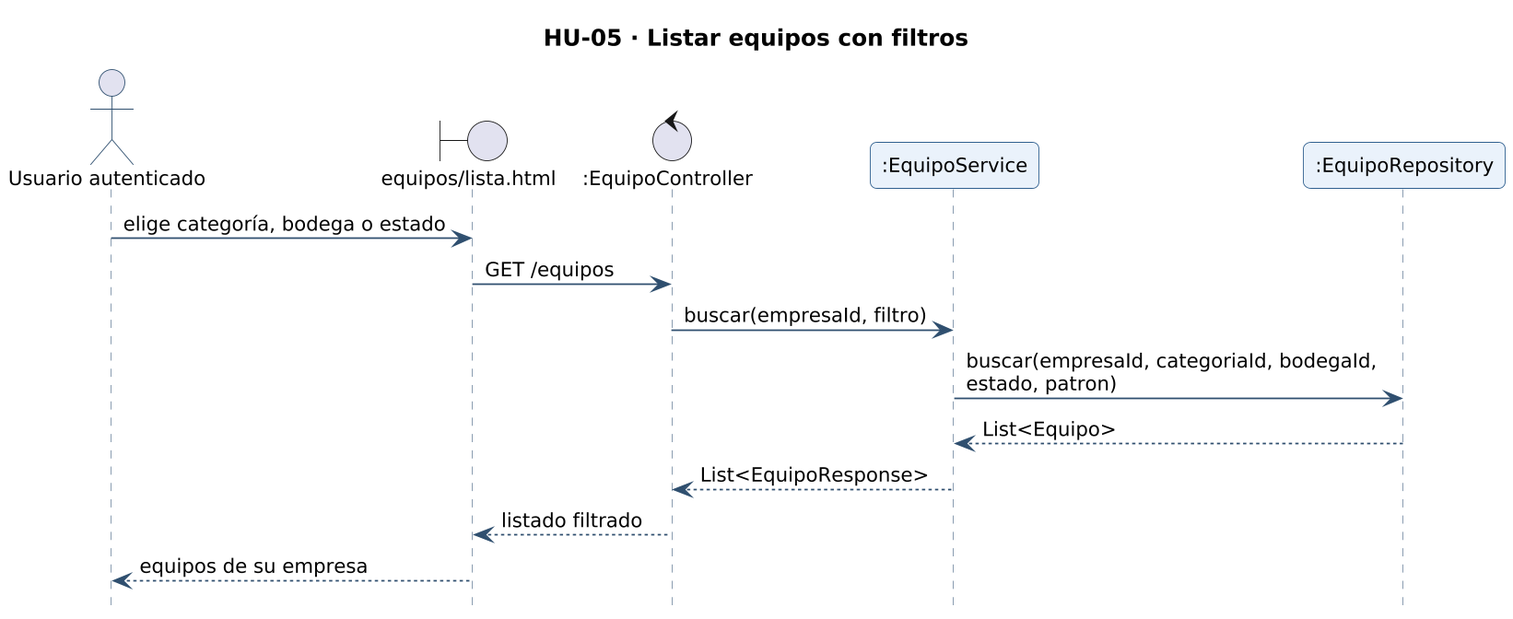
This is docs/diagramas/secuencia-hu-05.png from gonzaloarenasduoc/Mira, a PlantUML export, as it was before one commit.
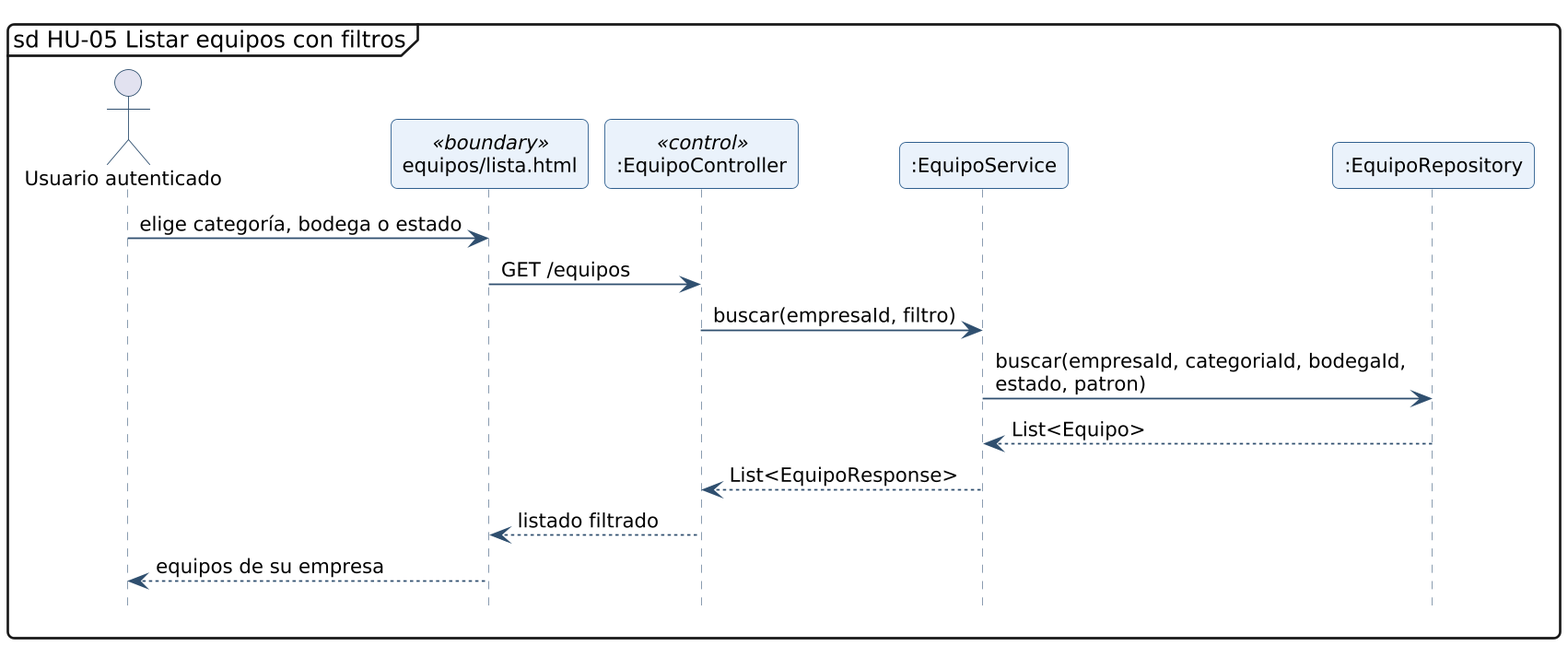
Later version of the same file.

What changed in the source:
```diff
@@ -3,10 +3,10 @@
 hide footbox
 skinparam maxMessageSize 260
 skinparam sequenceMessageAlign left
-title HU-05 · Listar equipos con filtros
+mainframe sd HU-05 Listar equipos con filtros
 actor "Usuario autenticado" as A
-boundary "equipos/lista.html" as L_VISTA_equipos_lista
-control ":EquipoController" as L_EquipoController
+participant "equipos/lista.html" as L_VISTA_equipos_lista <<boundary>>
+participant ":EquipoController" as L_EquipoController <<control>>
 participant ":EquipoService" as L_EquipoService
 participant ":EquipoRepository" as L_EquipoRepository
 A -> L_VISTA_equipos_lista : elige categoría, bodega o estado
```
